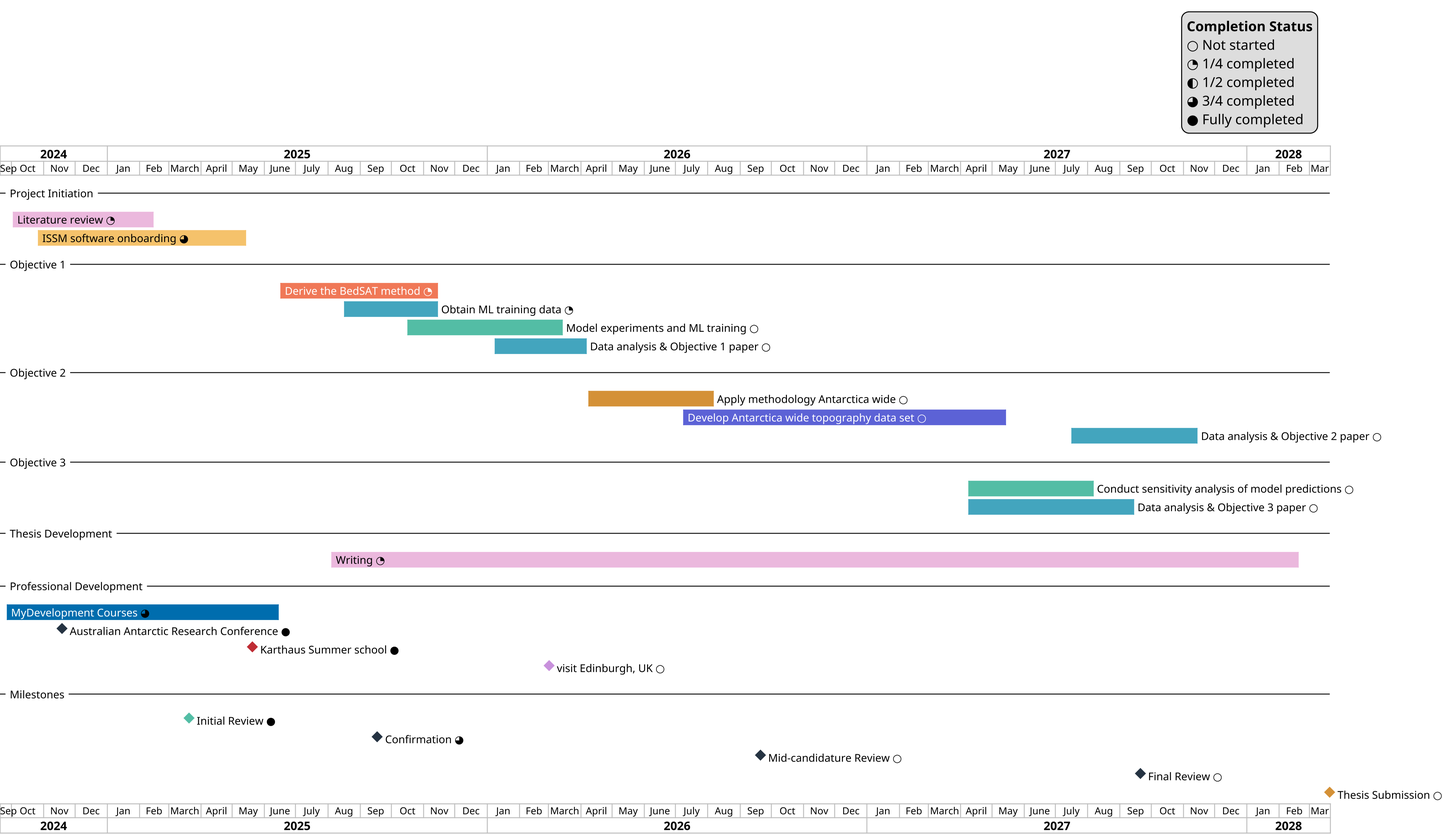
This is write/mls1/timeline.png from anabanami/BEDSAT, a PlantUML export, as it was before one commit.
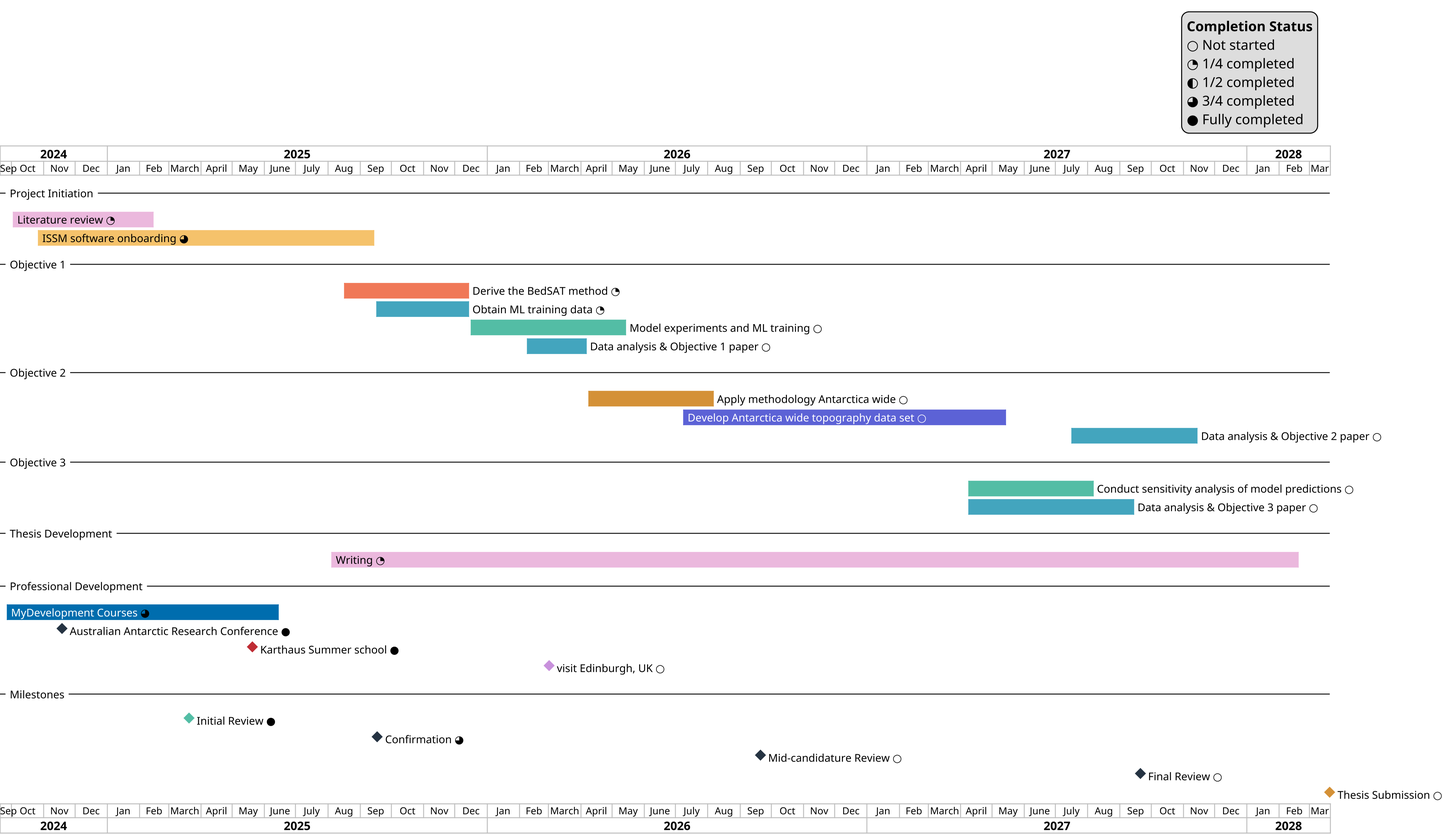
The same file after the commit.

Diff of the diagram source:
```diff
@@ -15,17 +15,17 @@
 -- Project Initiation --
 [Literature review ◔] as [LR] starts 2024-10-01 and ends 2025-02-15
 [LR] is colored in #ebb8dd
-[ISSM software onboarding ◕] as [ISO] starts 2024-10-25 and ends 2025-05-15
+[ISSM software onboarding ◕] as [ISO] starts 2024-10-25 and ends 2025-09-15
 [ISO] is colored in #f5c26b
 
 -- Objective 1 --
-[<font color="white">Derive the BedSAT method ◔</font>] as [DBM] starts 2025-06-15 and ends 2025-11-15
+[Derive the BedSAT method ◔] as [DBM] starts 2025-08-15 and ends 2025-12-15
 [DBM] is colored in #f07857
-[Obtain ML training data ◔] as [DAM] starts 2025-08-15 and ends 2025-11-15
+[Obtain ML training data ◔] as [DAM] starts 2025-09-15 and ends 2025-12-15
 [DAM] is colored in #43a5be
-[Model experiments and ML training ○] as [MET] starts 2025-10-15 and ends 2026-03-15
+[Model experiments and ML training ○] as [MET] starts 2025-12-15 and ends 2026-05-15
 [MET] is colored in #53bda5
-[Data analysis & Objective 1 paper ○] as [DAO1] starts 2026-01-07 and ends 2026-04-07
+[Data analysis & Objective 1 paper ○] as [DAO1] starts 2026-02-07 and ends 2026-04-07
 [DAO1] is colored in #43a5be
 
 -- Objective 2 --
```
